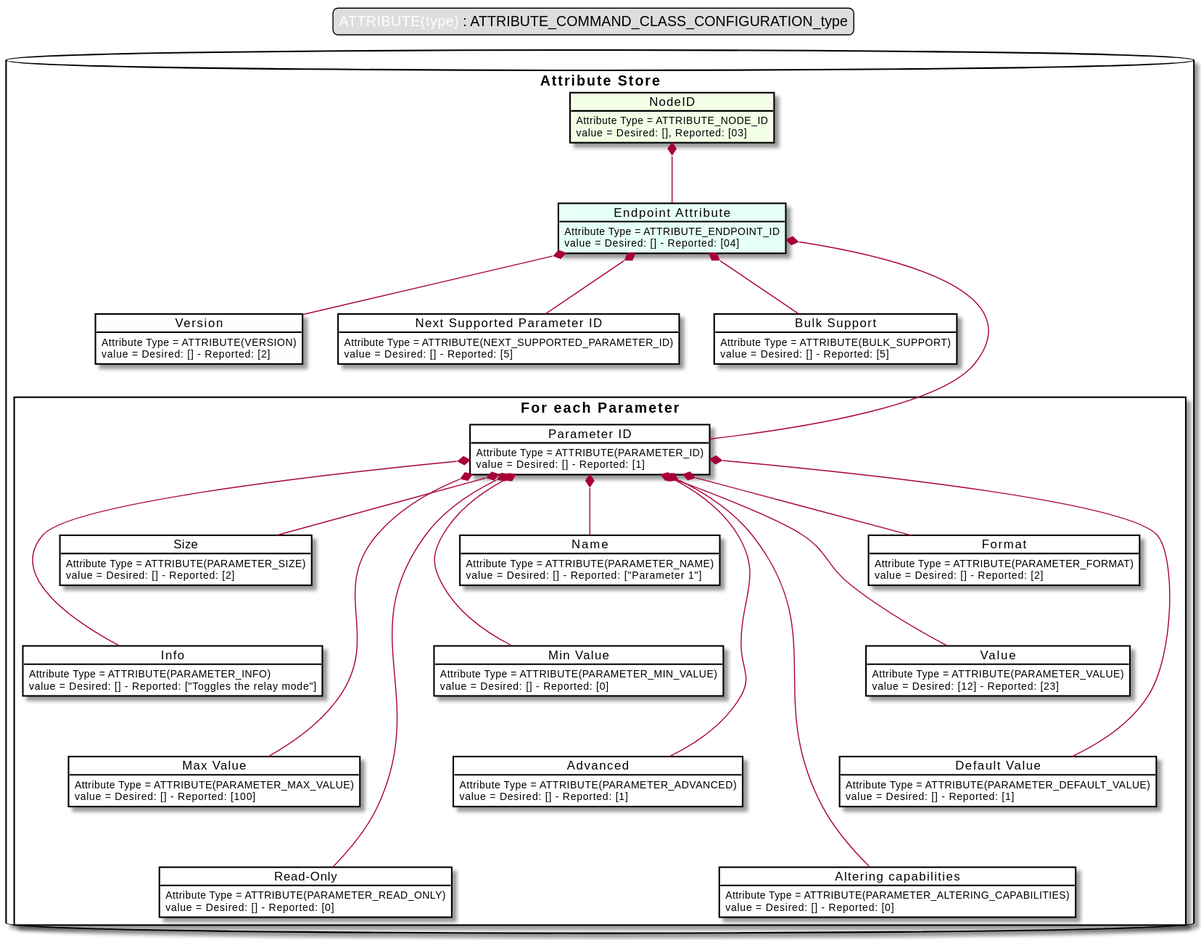
This is docs/doxygen_zpc/html/attribute_store_configuration_command_class.svg from SiliconLabs/UnifySDK, a PlantUML export, as it was before one commit.
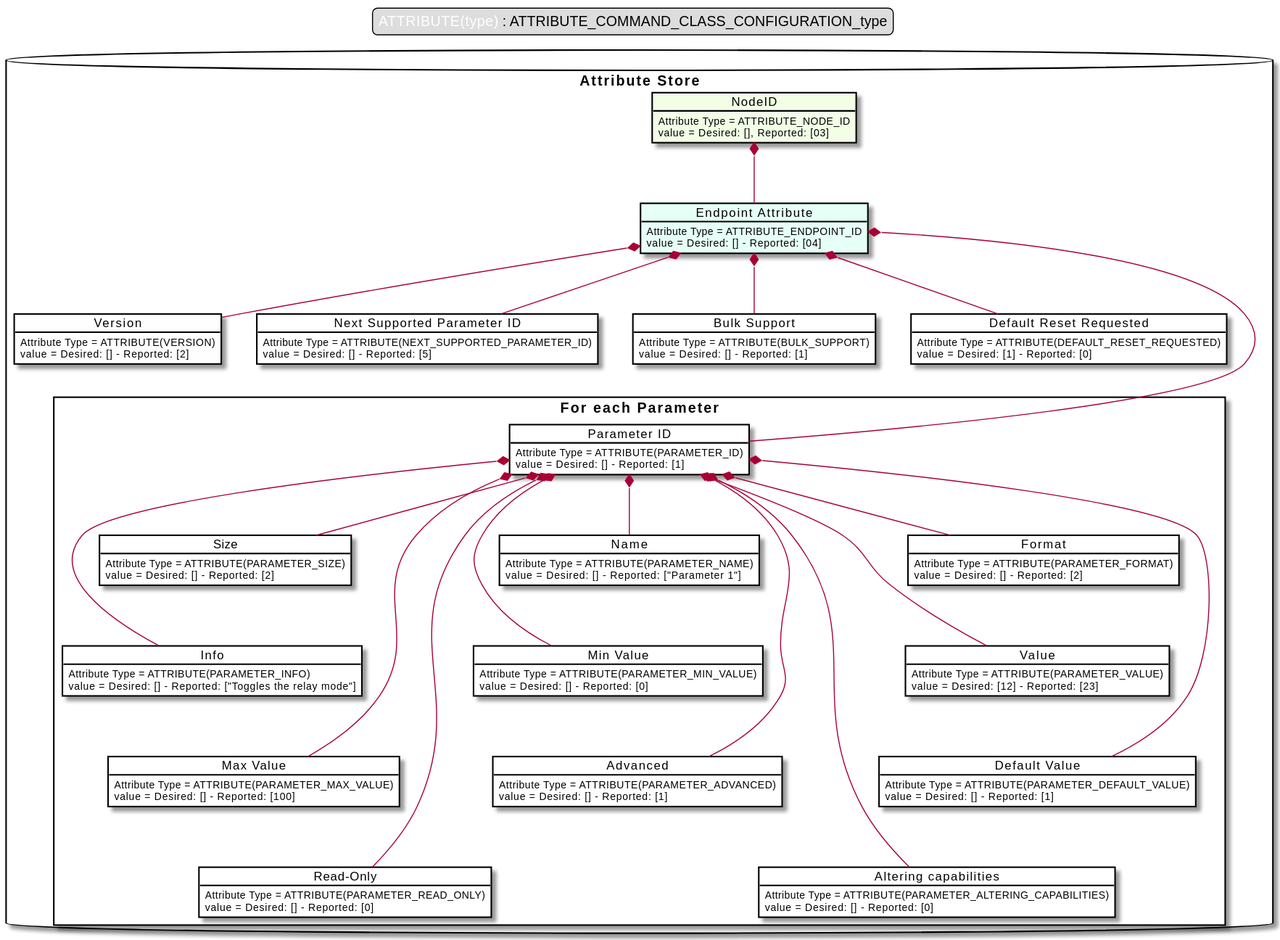
After the change.

Diff of the diagram source:
```diff
@@ -25,7 +25,11 @@
 
   object "Bulk Support" as bulk_support #FFFFFF
   bulk_support : Attribute Type = ATTRIBUTE(BULK_SUPPORT)
-  bulk_support : value = Desired: [] - Reported: [5]
+  bulk_support : value = Desired: [] - Reported: [1]
+
+  object "Default Reset Requested" as default_reset_requested #FFFFFF
+  default_reset_requested : Attribute Type = ATTRIBUTE(DEFAULT_RESET_REQUESTED)
+  default_reset_requested : value = Desired: [1] - Reported: [0]
 
   package "For each Parameter" <<Rectangle>> {
 
@@ -84,6 +88,7 @@
 endpoint *-- version
 endpoint *-- next_parameter_id
 endpoint *-- bulk_support
+endpoint *-- default_reset_requested
 endpoint *-- parameter_id
 
 next_parameter_id -[hidden]- parameter_id
```
